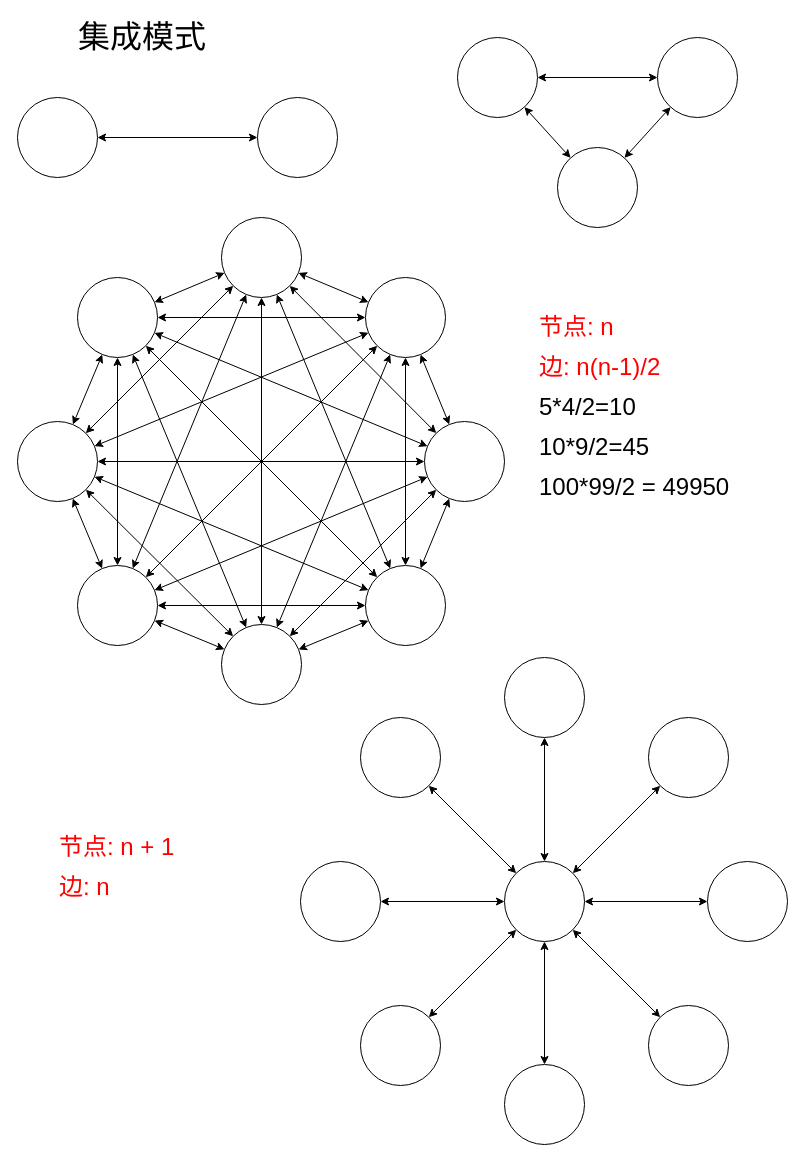
Above: drawio/integrated.drawio in tlw-ray/dev-methodology (draw.io), before the change. Source tidied: cells renumbered, new cells numbered last; positions are measured from the earlier drawing's top-left corner, leaving out a move shared by most shapes. Both pictures are drawn from the tidied source at 100%, with x=0, y=0 at pixel (17, 17).
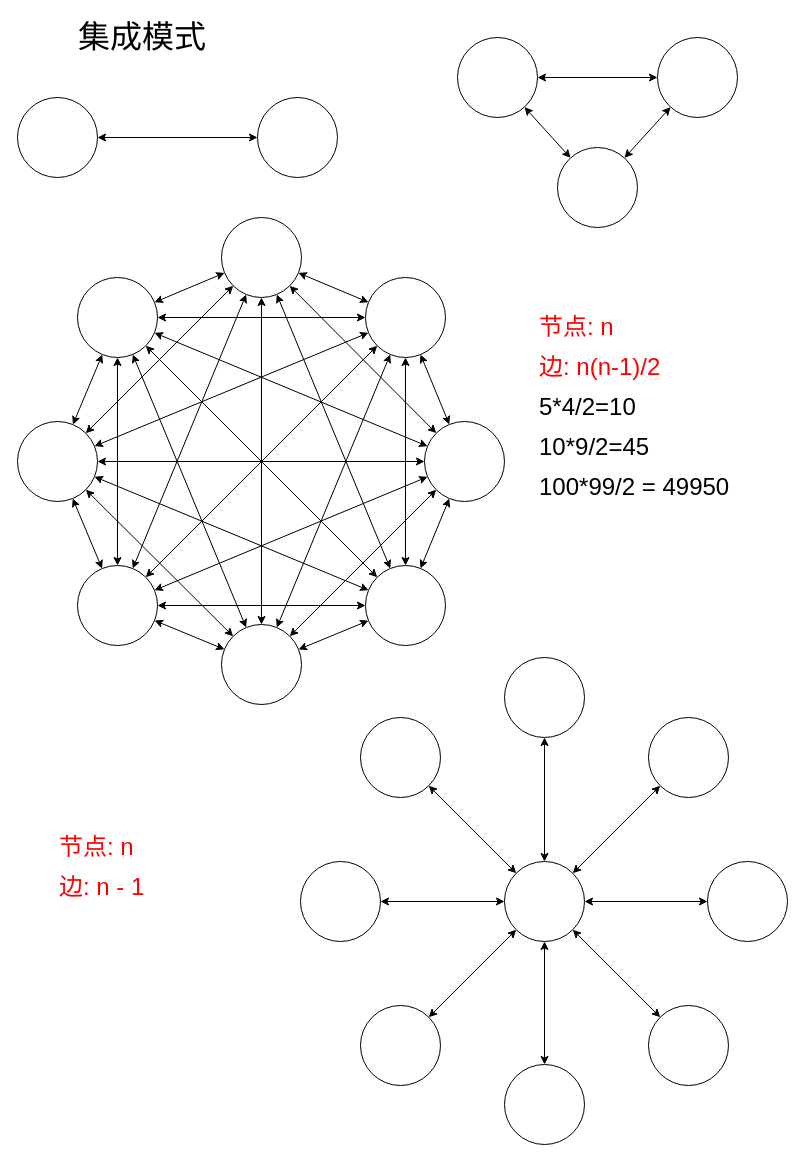
The same page after the edit.

Change to the diagram source:
```diff
@@
-    <mxCell id="69" value="边: n" style="text;html=1;strokeColor=none;fillColor=none;align=left;verticalAlign=middle;whiteSpace=wrap;rounded=0;fontSize=24;fontColor=#FF0000;" parent="1" vertex="1">
+    <mxCell id="69" value="边: n - 1" style="text;html=1;strokeColor=none;fillColor=none;align=left;verticalAlign=middle;whiteSpace=wrap;rounded=0;fontSize=24;fontColor=#FF0000;" parent="1" vertex="1">
       <mxGeometry x="40" y="860" width="130" height="20" as="geometry" />
     </mxCell>
-    <mxCell id="70" value="节点: n + 1" style="text;html=1;strokeColor=none;fillColor=none;align=left;verticalAlign=middle;whiteSpace=wrap;rounded=0;fontSize=24;fontColor=#FF0000;" parent="1" vertex="1">
+    <mxCell id="70" value="节点: n" style="text;html=1;strokeColor=none;fillColor=none;align=left;verticalAlign=middle;whiteSpace=wrap;rounded=0;fontSize=24;fontColor=#FF0000;" parent="1" vertex="1">
       <mxGeometry x="40" y="820" width="130" height="20" as="geometry" />
     </mxCell>
```
